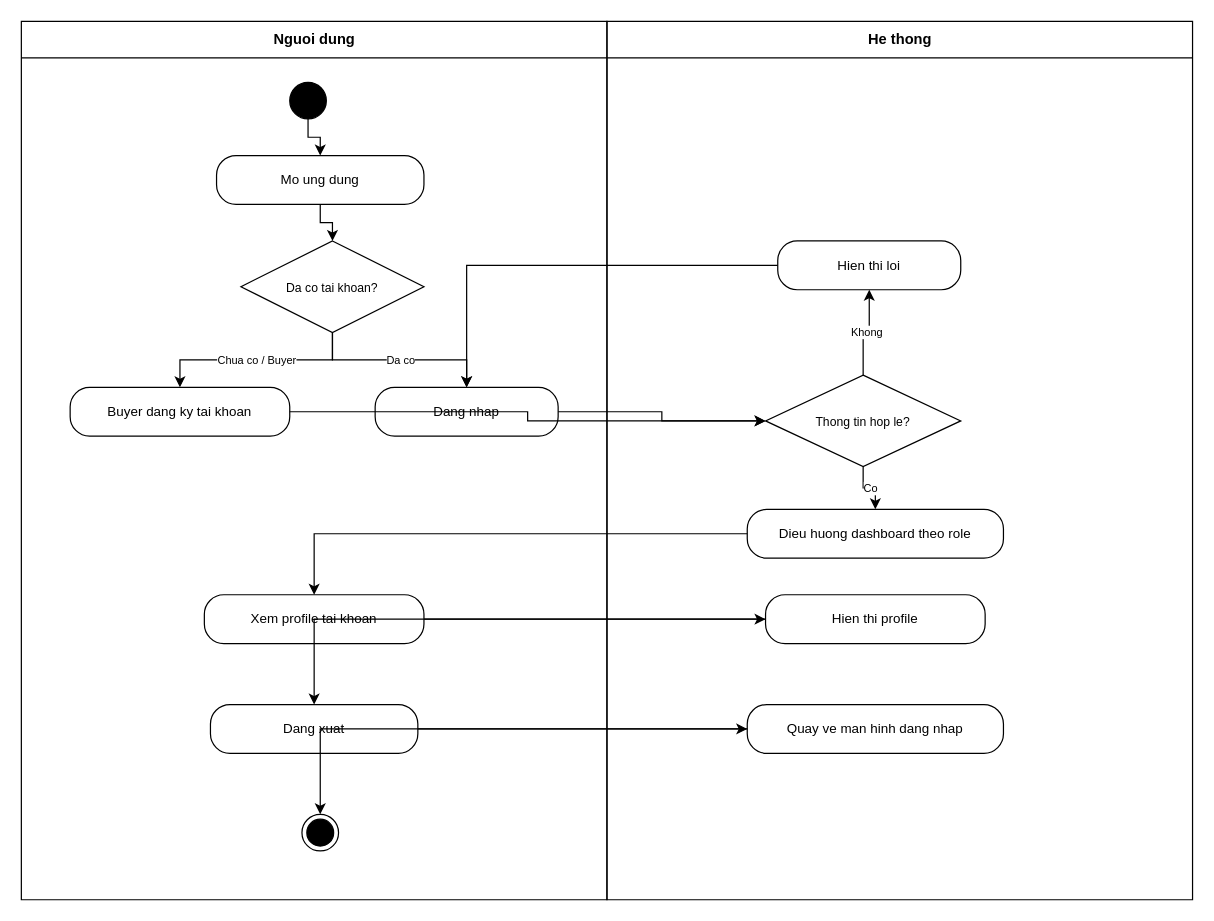
Earlier version of the draw.io diagram Documents_Refactor/KTPMUD_diagram/11_Activity_S01_TaiKhoan.drawio (froynar/Custom_keyboard). Source tidied: cells renumbered, new cells numbered last; positions are measured from the earlier drawing's top-left corner, leaving out a move shared by most shapes. Both pictures are drawn from the tidied source at 122%, with x=0, y=0 at pixel (21, 21).
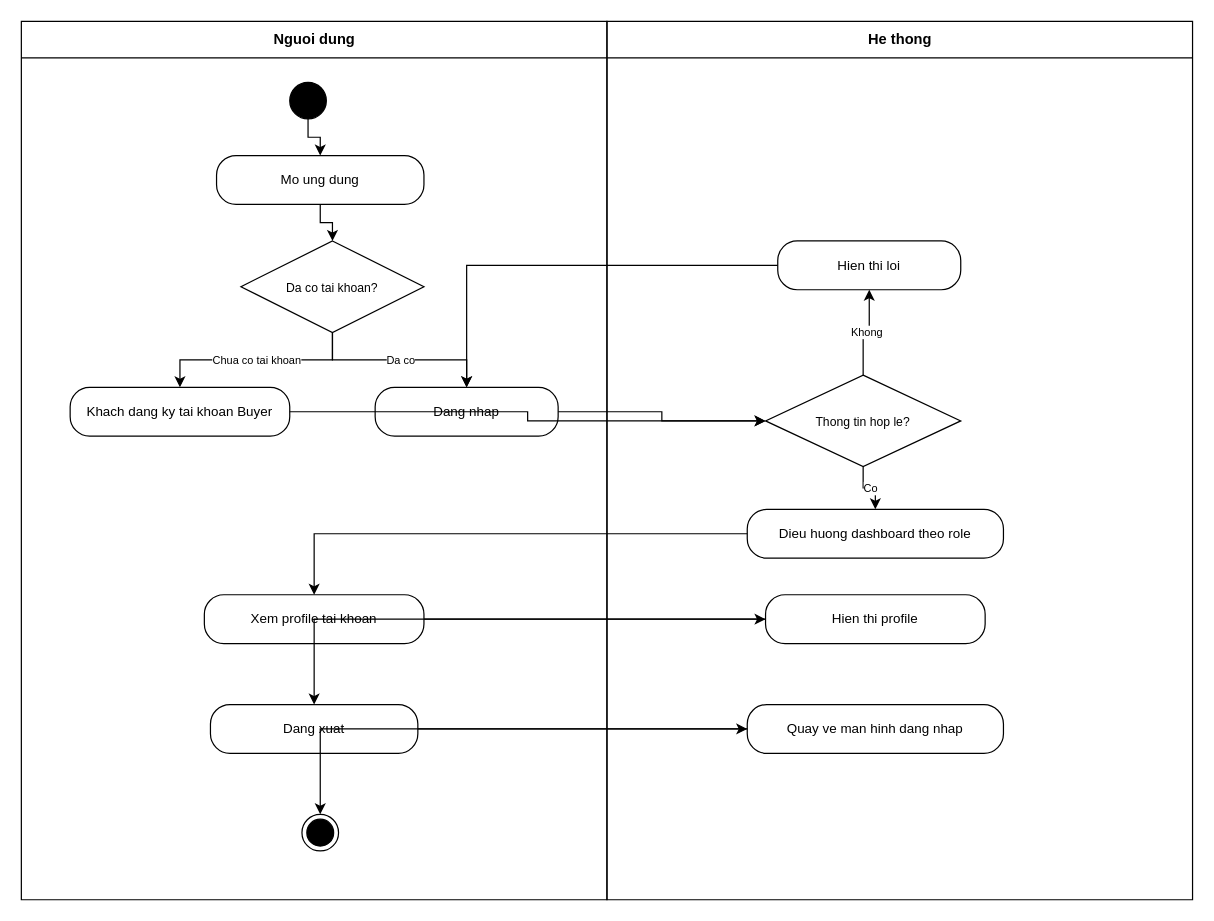
After the change.

The change refers to these unchanged cells:
```xml
<mxCell id="6" value="Da co tai khoan?" style="rhombus;whiteSpace=wrap;html=1;fillColor=none;strokeColor=#000000;fontSize=10;" parent="1" vertex="1">
  <mxGeometry x="180" y="180" width="150" height="75" as="geometry" />
</mxCell>
```

Change to the diagram source:
```diff
@@
-    <mxCell id="7" value="Buyer dang ky tai khoan" style="rounded=1;whiteSpace=wrap;html=1;arcSize=40;fillColor=none;strokeColor=#000000;fontSize=11;" parent="1" vertex="1">
+    <mxCell id="7" value="Khach dang ky tai khoan Buyer" style="rounded=1;whiteSpace=wrap;html=1;arcSize=40;fillColor=none;strokeColor=#000000;fontSize=11;" parent="1" vertex="1">
       <mxGeometry x="40" y="300" width="180" height="40" as="geometry" />
     </mxCell>
@@
-    <mxCell id="19" value="Chua co / Buyer" style="endArrow=classic;html=1;edgeStyle=orthogonalEdgeStyle;rounded=0;fontSize=9;labelBackgroundColor=#ffffff;" parent="1" edge="1" source="6" target="7">
+    <mxCell id="19" value="Chua co tai khoan" style="endArrow=classic;html=1;edgeStyle=orthogonalEdgeStyle;rounded=0;fontSize=9;labelBackgroundColor=#ffffff;" parent="1" edge="1" source="6" target="7">
       <mxGeometry relative="1" as="geometry" />
     </mxCell>
```
